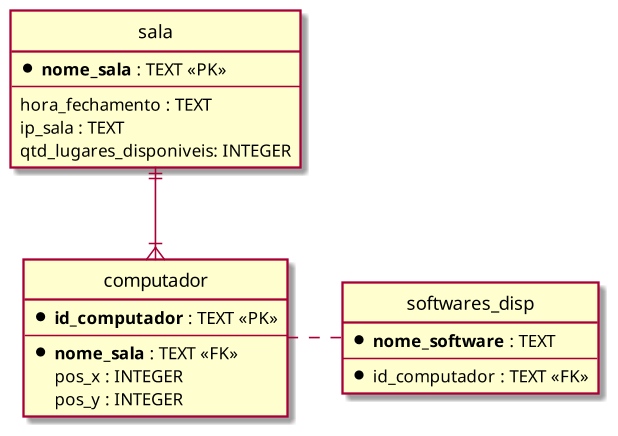
This is imgs/diagramo_rel.png from sociedade-do-pastel/softeiros, a PlantUML export, as it was before one commit.
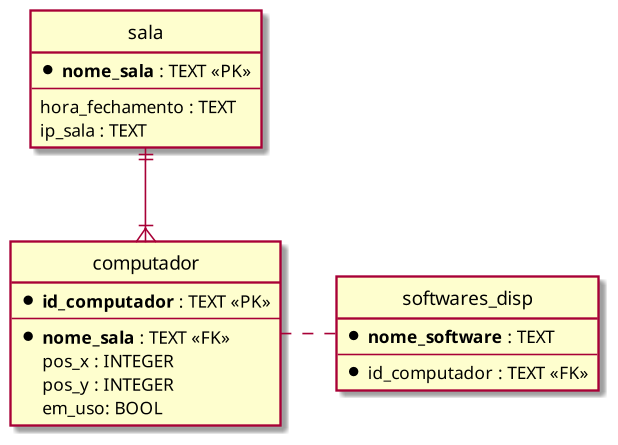
The same file after the commit.

What changed in the source:
```diff
@@ -6,7 +6,6 @@
 	--
 	hora_fechamento : TEXT
 	ip_sala : TEXT
-	qtd_lugares_disponiveis: INTEGER
 }
 
 entity computador {
@@ -15,6 +14,7 @@
 	* **nome_sala** : TEXT <<FK>>
 	pos_x : INTEGER
 	pos_y : INTEGER
+	em_uso: BOOL
 }
 
 entity softwares_disp {
```
